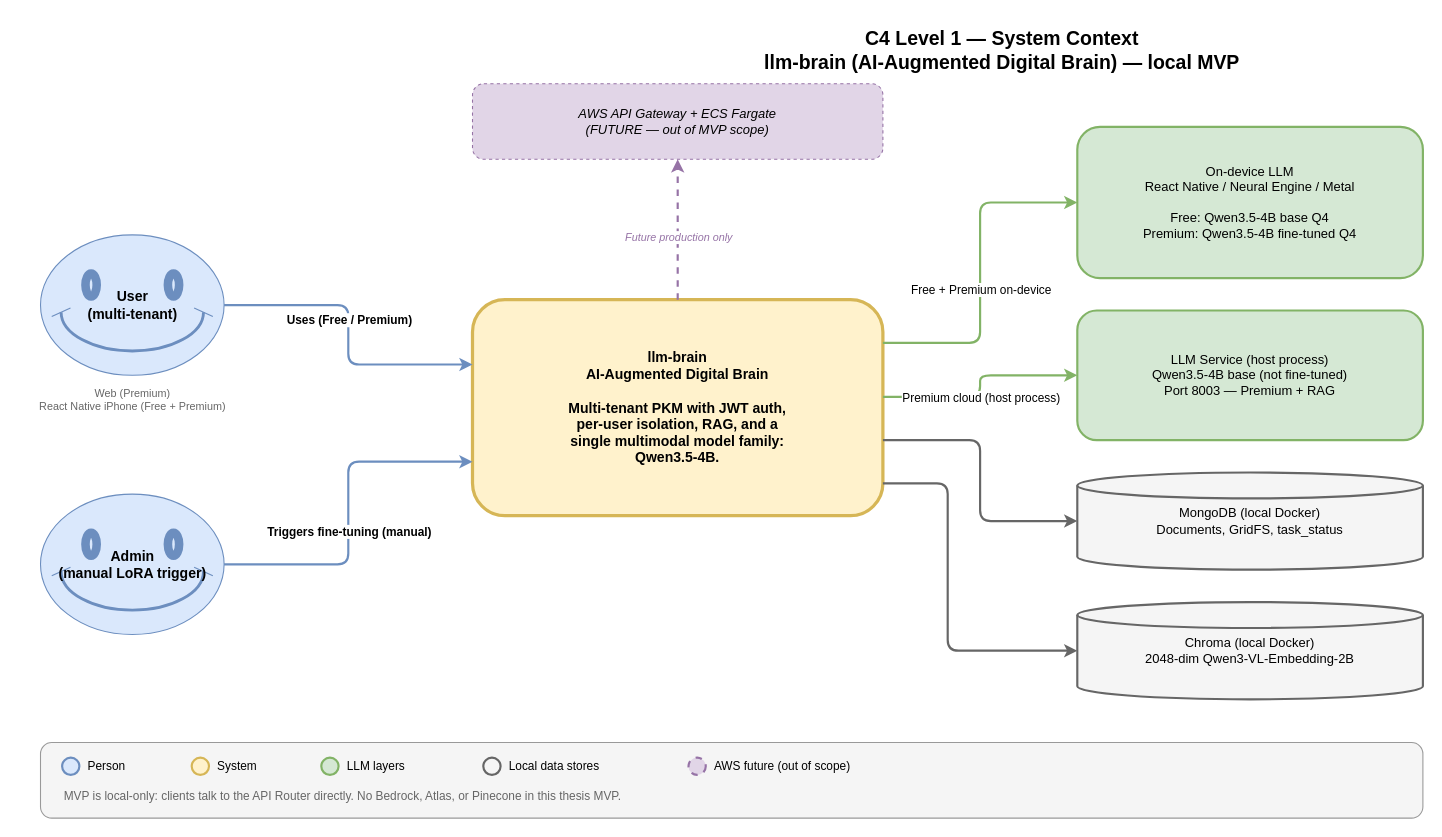
Earlier version of the draw.io diagram openspec/changes/objective-1-0-architecture-repo/output/diagrams/c4-context.drawio (da-ros/llm-brain). Source tidied: cells renumbered, new cells numbered last; positions are measured from the earlier drawing's top-left corner, leaving out a move shared by most shapes. Both pictures are drawn from the tidied source at 108%, with x=0, y=0 at pixel (18, 18).
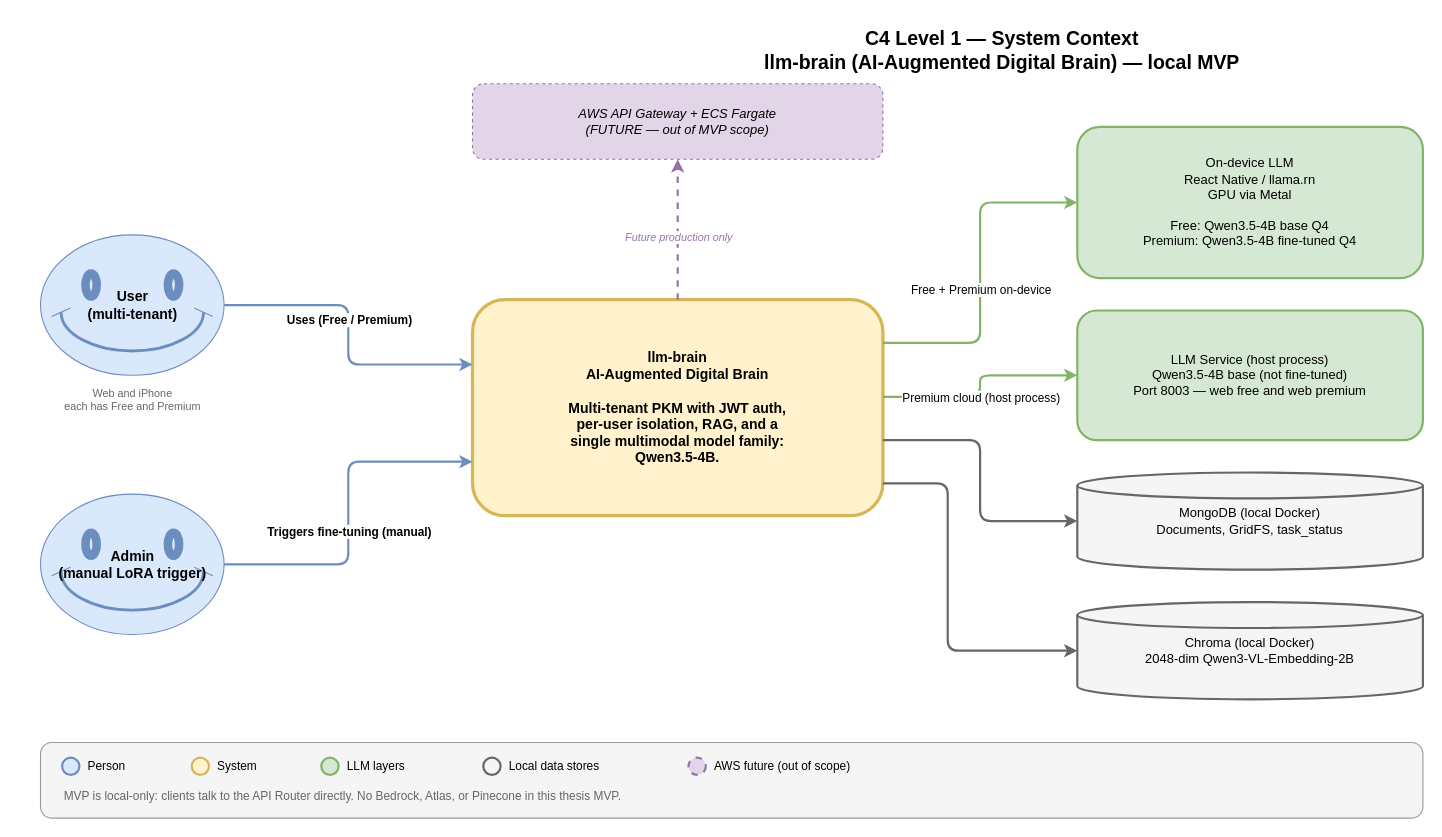
Above is the later version.

The edit, as a diff of the source:
```diff
@@
-    <mxCell id="4" value="Web (Premium)&#10;React Native iPhone (Free + Premium)" style="text;html=1;align=center;verticalAlign=top;fontSize=10;fillColor=none;strokeColor=none;fontColor=#666666;" parent="1" vertex="1">
+    <mxCell id="4" value="Web and iPhone&#10;each has Free and Premium" style="text;html=1;align=center;verticalAlign=top;fontSize=10;fillColor=none;strokeColor=none;fontColor=#666666;" parent="1" vertex="1">
       <mxGeometry y="335" width="210" height="40" as="geometry" />
     </mxCell>
@@
-    <mxCell id="7" value="On-device LLM&#10;React Native / Neural Engine / Metal&#10;&#10;Free: Qwen3.5-4B base Q4&#10;Premium: Qwen3.5-4B fine-tuned Q4" style="rounded=1;whiteSpace=wrap;html=1;fillColor=#d5e8d4;strokeColor=#82b366;strokeWidth=2;fontSize=12;" parent="1" vertex="1">
+    <mxCell id="7" value="On-device LLM&#10;React Native / llama.rn&#10;GPU via Metal&#10;&#10;Free: Qwen3.5-4B base Q4&#10;Premium: Qwen3.5-4B fine-tuned Q4" style="rounded=1;whiteSpace=wrap;html=1;fillColor=#d5e8d4;strokeColor=#82b366;strokeWidth=2;fontSize=12;" parent="1" vertex="1">
       <mxGeometry x="980" y="100" width="320" height="140" as="geometry" />
     </mxCell>
-    <mxCell id="8" value="LLM Service (host process)&#10;Qwen3.5-4B base (not fine-tuned)&#10;Port 8003 — Premium + RAG" style="rounded=1;whiteSpace=wrap;html=1;fillColor=#d5e8d4;strokeColor=#82b366;strokeWidth=2;fontSize=12;" parent="1" vertex="1">
+    <mxCell id="8" value="LLM Service (host process)&#10;Qwen3.5-4B base (not fine-tuned)&#10;Port 8003 — web free and web premium" style="rounded=1;whiteSpace=wrap;html=1;fillColor=#d5e8d4;strokeColor=#82b366;strokeWidth=2;fontSize=12;" parent="1" vertex="1">
       <mxGeometry x="980" y="270" width="320" height="120" as="geometry" />
     </mxCell>
```
